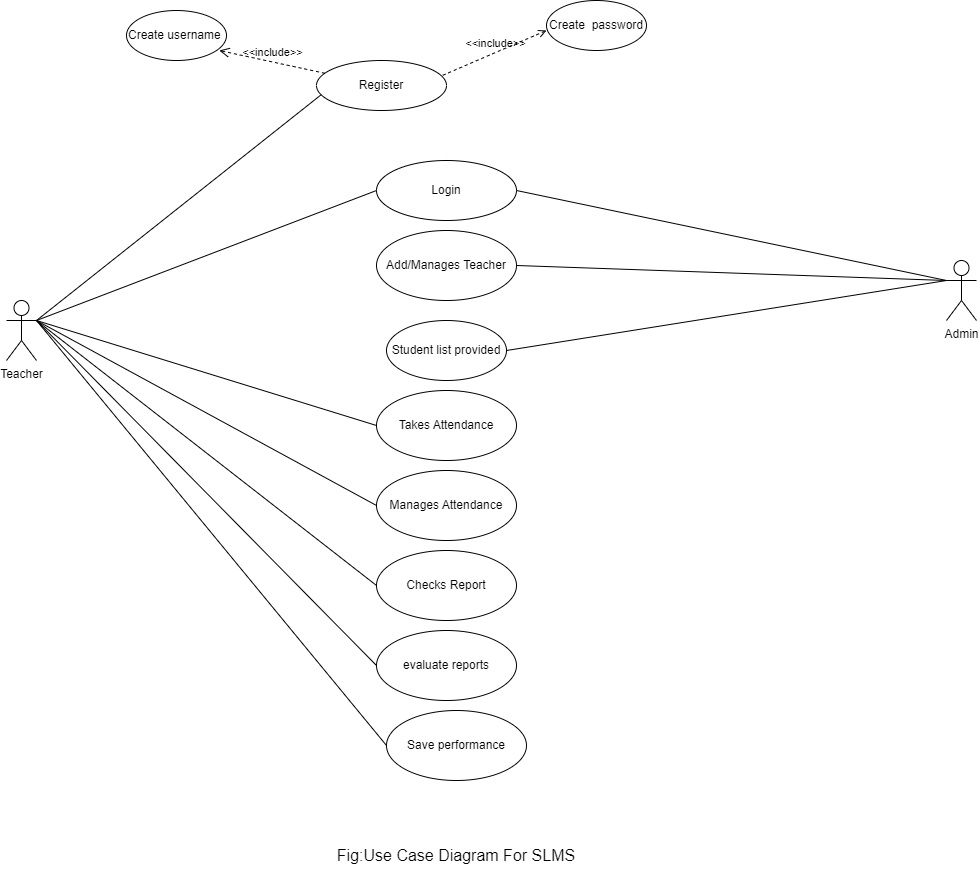
Above: diagrams/usecase.png in samiiraryal/Smart-Lab-Management-System (draw.io), before the change. Source tidied: cells renumbered, new cells last; positions are measured from the earlier drawing's top-left corner, leaving out a move shared by most shapes.
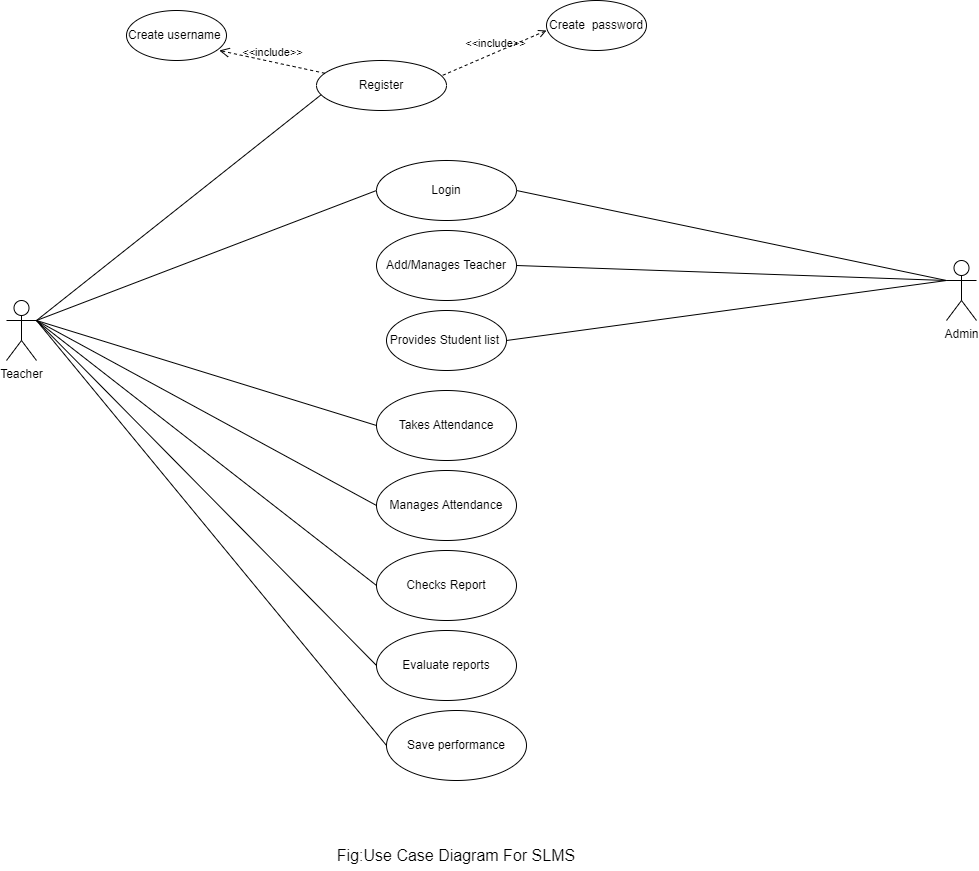
After the commit.

The edit, as a diff of the source:
```diff
@@ -70,14 +70,14 @@
     <mxCell id="23" value="&lt;font style=&quot;font-size: 16px;&quot;&gt;Fig:Use Case Diagram For SLMS&lt;/font&gt;" style="text;html=1;align=center;verticalAlign=middle;whiteSpace=wrap;rounded=0;" parent="1" vertex="1">
       <mxGeometry x="270" y="840" width="360" height="30" as="geometry" />
     </mxCell>
-    <mxCell id="24" value="evaluate reports" style="ellipse;whiteSpace=wrap;html=1;" parent="1" vertex="1">
+    <mxCell id="24" value="Evaluate reports" style="ellipse;whiteSpace=wrap;html=1;" parent="1" vertex="1">
       <mxGeometry x="370" y="630" width="140" height="70" as="geometry" />
     </mxCell>
     <mxCell id="25" style="endArrow=none;html=1;rounded=0;entryX=1;entryY=0.3333333333333333;entryDx=0;entryDy=0;entryPerimeter=0;exitX=0;exitY=0.5;exitDx=0;exitDy=0;" parent="1" edge="1" source="24" target="2">
       <mxGeometry relative="1" as="geometry" />
     </mxCell>
-    <mxCell id="26" value="Student list provided" style="ellipse;whiteSpace=wrap;html=1;" parent="1" vertex="1">
-      <mxGeometry x="380" y="320" width="120" height="60" as="geometry" />
+    <mxCell id="26" value="Provides Student list&amp;nbsp;" style="ellipse;whiteSpace=wrap;html=1;" parent="1" vertex="1">
+      <mxGeometry x="380" y="310" width="120" height="60" as="geometry" />
     </mxCell>
     <mxCell id="27" style="endArrow=none;html=1;rounded=0;entryX=0;entryY=0.3333333333333333;entryDx=0;entryDy=0;entryPerimeter=0;exitX=1;exitY=0.5;exitDx=0;exitDy=0;" parent="1" edge="1" source="26" target="3">
       <mxGeometry relative="1" as="geometry" />
```
